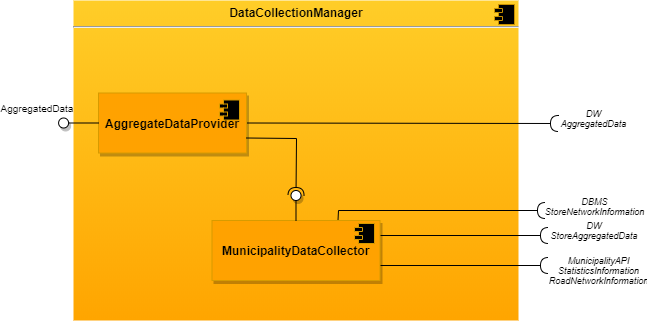
Earlier version of the draw.io export DD/img/DataCollectionManager.png (SimoneSartoni/SoftwareEngineering2). Source tidied: cells renumbered, new cells last; positions are measured from the earlier drawing's top-left corner, leaving out a move shared by most shapes. The source it was exported from:
```xml
<mxGraphModel>
  <root>
    <mxCell id="0" />
    <mxCell id="1" parent="0" />
    <mxCell id="2" value="&lt;p style=&quot;margin: 0px ; margin-top: 6px ; text-align: center&quot;&gt;&lt;b&gt;DataCollectionManager&lt;/b&gt;&lt;/p&gt;&lt;hr&gt;&lt;p style=&quot;margin: 0px ; margin-left: 8px&quot;&gt;&lt;br&gt;&lt;/p&gt;" style="align=left;overflow=fill;html=1;gradientColor=#ffa500;fillColor=#FFCD28;strokeColor=none;shadow=0;" parent="1" vertex="1">
      <mxGeometry x="54" width="445" height="320" as="geometry" />
    </mxCell>
    <mxCell id="3" style="shape=component;jettyWidth=8;jettyHeight=4;gradientColor=none;fillColor=#000000;strokeColor=#C99100;gradientDirection=north;" parent="2" vertex="1">
      <mxGeometry x="1" width="20" height="20" relative="1" as="geometry">
        <mxPoint x="-24" y="4" as="offset" />
      </mxGeometry>
    </mxCell>
    <mxCell id="4" style="rounded=0;jettySize=auto;html=1;endArrow=halfCircle;endFill=0;endSize=6;strokeWidth=1;exitX=1;exitY=0.5;exitDx=0;exitDy=0;" parent="2" edge="1" source="8">
      <mxGeometry relative="1" as="geometry">
        <mxPoint x="485" y="123" as="targetPoint" />
      </mxGeometry>
    </mxCell>
    <mxCell id="5" style="rounded=0;jettySize=auto;html=1;endArrow=halfCircle;endFill=0;endSize=6;strokeWidth=1;exitX=1;exitY=0.75;exitDx=0;exitDy=0;" parent="2" edge="1" source="12">
      <mxGeometry relative="1" as="geometry">
        <mxPoint x="475" y="265" as="targetPoint" />
      </mxGeometry>
    </mxCell>
    <mxCell id="6" style="rounded=0;jettySize=auto;html=1;endArrow=halfCircle;endFill=0;endSize=6;strokeWidth=1;exitX=1;exitY=0.25;exitDx=0;exitDy=0;" parent="2" edge="1" source="12">
      <mxGeometry relative="1" as="geometry">
        <mxPoint x="475" y="235" as="targetPoint" />
      </mxGeometry>
    </mxCell>
    <mxCell id="7" style="rounded=0;jettySize=auto;html=1;endArrow=halfCircle;endFill=0;endSize=6;strokeWidth=1;exitX=0.75;exitY=0;exitDx=0;exitDy=0;" parent="2" edge="1" source="12">
      <mxGeometry relative="1" as="geometry">
        <mxPoint x="472" y="210" as="targetPoint" />
        <Array as="points">
          <mxPoint x="265" y="210" />
        </Array>
      </mxGeometry>
    </mxCell>
    <mxCell id="8" value="&lt;b&gt;AggregateDataProvider&lt;/b&gt;" style="html=1;rounded=0;shadow=1;glass=0;comic=0;strokeColor=#d79b00;fillColor=#FFA200;gradientColor=none;" parent="2" vertex="1">
      <mxGeometry x="25" y="92.5" width="148" height="60" as="geometry" />
    </mxCell>
    <mxCell id="9" style="shape=component;jettyWidth=8;jettyHeight=4;gradientColor=none;fillColor=#000000;strokeColor=#d79b00;" parent="8" vertex="1">
      <mxGeometry x="1" width="20" height="20" relative="1" as="geometry">
        <mxPoint x="-27" y="7" as="offset" />
      </mxGeometry>
    </mxCell>
    <mxCell id="10" style="rounded=0;jettySize=auto;html=1;endArrow=halfCircle;endFill=0;entryX=0.5;entryY=0.5;entryDx=0;entryDy=0;endSize=6;strokeWidth=1;exitX=1;exitY=0.75;exitDx=0;exitDy=0;" parent="2" edge="1" source="8" target="11">
      <mxGeometry relative="1" as="geometry">
        <Array as="points">
          <mxPoint x="223" y="138" />
        </Array>
      </mxGeometry>
    </mxCell>
    <mxCell id="11" style="ellipse;whiteSpace=wrap;html=1;fontFamily=Helvetica;fontSize=12;fontColor=#000000;align=center;strokeColor=#000000;fillColor=#ffffff;points=[];rounded=0;shadow=1;" parent="2" vertex="1">
      <mxGeometry x="217.5" y="190" width="10" height="10" as="geometry" />
    </mxCell>
    <mxCell id="12" value="&lt;b&gt;MunicipalityDataCollector&lt;/b&gt;" style="html=1;rounded=0;shadow=1;glass=0;comic=0;strokeColor=#d79b00;fillColor=#FFA200;gradientColor=none;" parent="1" vertex="1">
      <mxGeometry x="192.5" y="220" width="168" height="60" as="geometry" />
    </mxCell>
    <mxCell id="13" value="MunicipalityAPI&lt;br&gt;StatisticsInformation&lt;br&gt;RoadNetworkInformation" style="text;html=1;strokeColor=none;fillColor=none;align=center;verticalAlign=middle;whiteSpace=wrap;rounded=0;shadow=1;glass=0;comic=0;fontStyle=2;fontSize=9;" parent="1" vertex="1">
      <mxGeometry x="548.5" y="260" width="60" height="20" as="geometry" />
    </mxCell>
    <mxCell id="14" value="DW AggregatedData" style="text;html=1;strokeColor=none;fillColor=none;align=center;verticalAlign=middle;whiteSpace=wrap;rounded=0;shadow=1;glass=0;comic=0;fontStyle=2;fontSize=9;" parent="1" vertex="1">
      <mxGeometry x="548.5" y="107.5" width="52.4" height="20" as="geometry" />
    </mxCell>
    <mxCell id="15" value="DBMS&lt;br&gt;StoreNetworkInformation" style="text;html=1;strokeColor=none;fillColor=none;align=center;verticalAlign=middle;whiteSpace=wrap;rounded=0;shadow=1;glass=0;comic=0;fontStyle=2;fontSize=9;" parent="1" vertex="1">
      <mxGeometry x="548.6" y="196" width="52.4" height="20" as="geometry" />
    </mxCell>
    <mxCell id="16" value="DW&lt;br&gt;StoreAggregatedData" style="text;html=1;strokeColor=none;fillColor=none;align=center;verticalAlign=middle;whiteSpace=wrap;rounded=0;shadow=1;glass=0;comic=0;fontStyle=2;fontSize=9;" parent="1" vertex="1">
      <mxGeometry x="548.5" y="220" width="52.4" height="20" as="geometry" />
    </mxCell>
    <mxCell id="17" value="AggregatedData" style="text;html=1;strokeColor=none;fillColor=none;align=center;verticalAlign=middle;whiteSpace=wrap;rounded=0;shadow=1;glass=0;comic=0;fontSize=10;" parent="1" vertex="1">
      <mxGeometry y="99.5" width="34" height="18" as="geometry" />
    </mxCell>
    <mxCell id="18" style="ellipse;whiteSpace=wrap;html=1;fontFamily=Helvetica;fontSize=12;fontColor=#000000;align=center;strokeColor=#000000;fillColor=#ffffff;points=[];rounded=0;shadow=1;glass=0;comic=0;" parent="1" vertex="1">
      <mxGeometry x="39.1" y="117.5" width="10" height="10" as="geometry" />
    </mxCell>
    <mxCell id="19" style="rounded=0;jettySize=auto;html=1;endArrow=none;endFill=0;exitX=0;exitY=0.5;exitDx=0;exitDy=0;" parent="1" edge="1" source="8" target="18">
      <mxGeometry relative="1" as="geometry" />
    </mxCell>
    <mxCell id="20" style="rounded=0;jettySize=auto;html=1;endArrow=none;endFill=0;exitX=0.5;exitY=0;exitDx=0;exitDy=0;" parent="1" edge="1" source="12" target="11">
      <mxGeometry relative="1" as="geometry" />
    </mxCell>
    <mxCell id="21" style="shape=component;jettyWidth=8;jettyHeight=4;gradientColor=none;fillColor=#000000;strokeColor=#d79b00;" parent="1" vertex="1">
      <mxGeometry x="335" y="223" width="20" height="20" as="geometry">
        <mxPoint x="-27" y="7" as="offset" />
      </mxGeometry>
    </mxCell>
  </root>
</mxGraphModel>
```
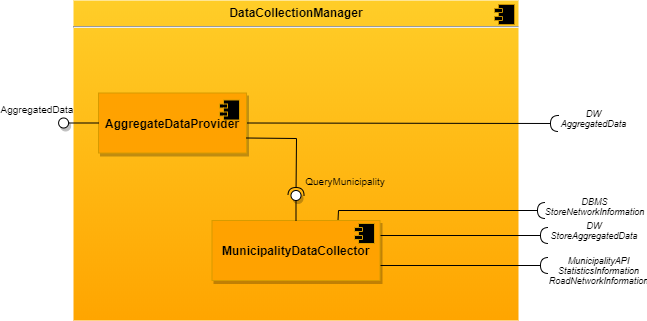
Later version of the same file.

Change to the diagram source:
```diff
@@ -51,6 +51,9 @@
     <mxCell id="11" style="ellipse;whiteSpace=wrap;html=1;fontFamily=Helvetica;fontSize=12;fontColor=#000000;align=center;strokeColor=#000000;fillColor=#ffffff;points=[];rounded=0;shadow=1;" parent="2" vertex="1">
       <mxGeometry x="217.5" y="190" width="10" height="10" as="geometry" />
     </mxCell>
+    <mxCell id="22" value="QueryMunicipality" style="text;html=1;strokeColor=none;fillColor=none;align=center;verticalAlign=middle;whiteSpace=wrap;rounded=0;shadow=1;glass=0;comic=0;fontSize=10;" parent="2" vertex="1">
+      <mxGeometry x="255" y="172" width="34" height="18" as="geometry" />
+    </mxCell>
     <mxCell id="12" value="&lt;b&gt;MunicipalityDataCollector&lt;/b&gt;" style="html=1;rounded=0;shadow=1;glass=0;comic=0;strokeColor=#d79b00;fillColor=#FFA200;gradientColor=none;" parent="1" vertex="1">
       <mxGeometry x="192.5" y="220" width="168" height="60" as="geometry" />
     </mxCell>
```
